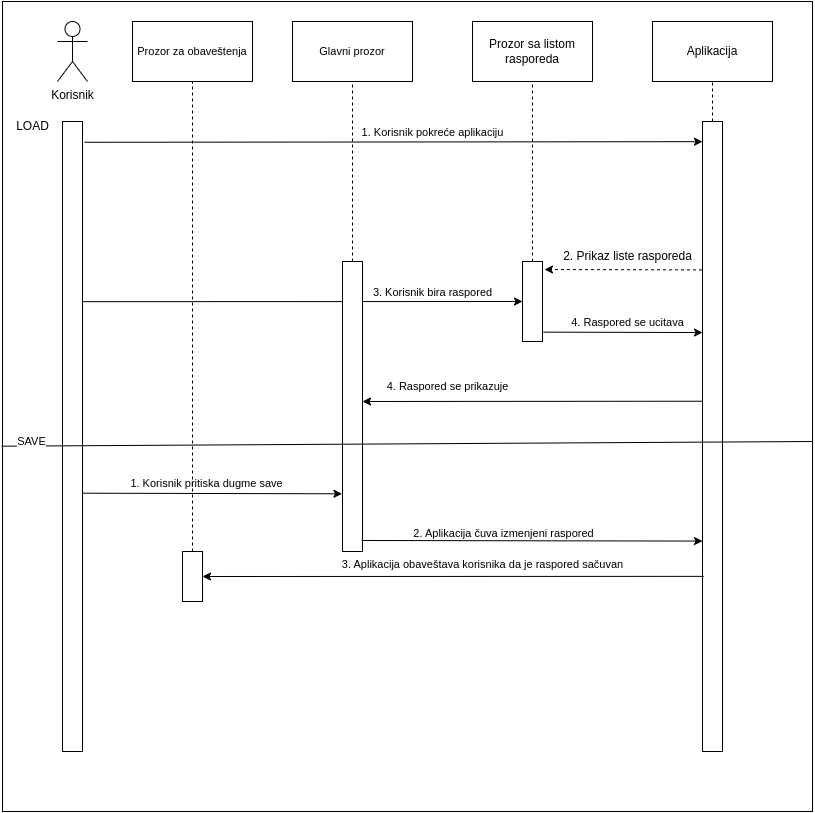
Before: documentation/specific documentation sections/saveLoadDiagram.png, a diagram exported from draw.io (jelisavetagavrilovic/kOrganizify). Source tidied: cells renumbered, new cells last; positions are measured from the earlier drawing's top-left corner, leaving out a move shared by most shapes.
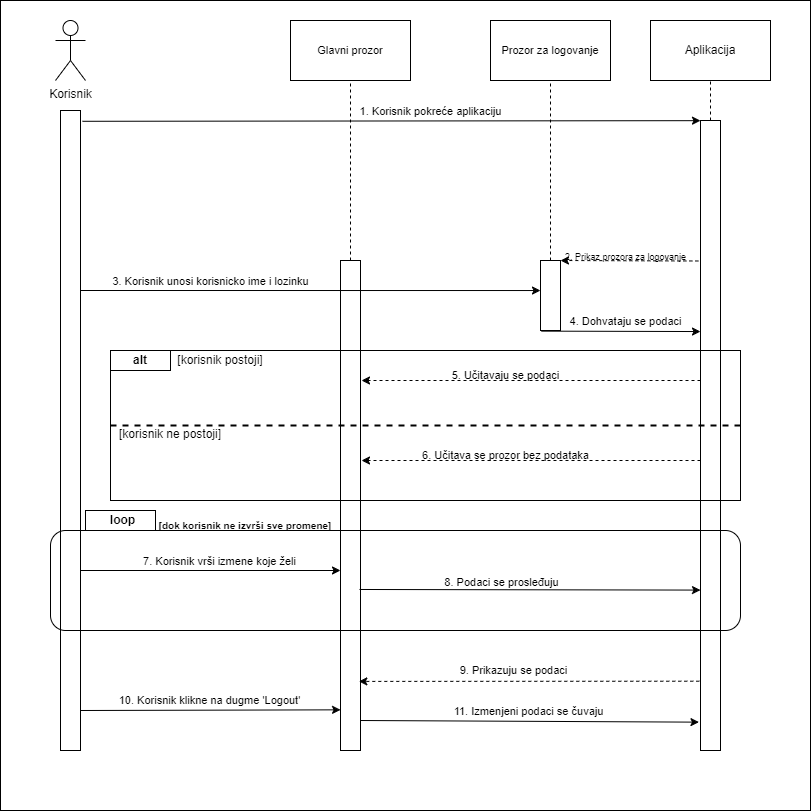
The same file after the commit.

What changed in the source:
```diff
@@ -9,13 +9,16 @@
       <mxGeometry x="55" y="20" width="30" height="60" as="geometry" />
     </mxCell>
     <mxCell id="4" style="rounded=0;whiteSpace=wrap;html=1;" parent="1" vertex="1">
-      <mxGeometry x="60" y="120" width="20" height="630" as="geometry" />
+      <mxGeometry x="60" y="110" width="20" height="640" as="geometry" />
     </mxCell>
     <mxCell id="5" style="rounded=0;whiteSpace=wrap;html=1;" parent="1" vertex="1">
       <mxGeometry x="700" y="120" width="20" height="630" as="geometry" />
     </mxCell>
-    <mxCell id="6" style="endArrow=classic;html=1;rounded=0;exitX=1.1;exitY=0.033;exitDx=0;exitDy=0;exitPerimeter=0;entryX=0;entryY=0.032;entryDx=0;entryDy=0;entryPerimeter=0;" parent="1" edge="1" source="4" target="5">
-      <mxGeometry relative="1" as="geometry" />
+    <mxCell id="6" style="endArrow=classic;html=1;rounded=0;exitX=1.1;exitY=0.033;exitDx=0;exitDy=0;exitPerimeter=0;entryX=0;entryY=0.032;entryDx=0;entryDy=0;entryPerimeter=0;" parent="1" edge="1">
+      <mxGeometry relative="1" as="geometry">
+        <mxPoint x="82" y="120.8" as="sourcePoint" />
+        <mxPoint x="700" y="120.2" as="targetPoint" />
+      </mxGeometry>
     </mxCell>
     <mxCell id="7" value="1. Korisnik pokreće aplikaciju" style="edgeLabel;html=1;align=center;verticalAlign=middle;" parent="6" vertex="1">
       <mxGeometry x="0.01" y="6" relative="1" as="geometry">
@@ -28,35 +31,18 @@
     <mxCell id="9" style="endArrow=none;html=1;rounded=0;entryX=0.5;entryY=1;entryDx=0;entryDy=0;dashed=1;" parent="1" edge="1" source="5" target="8">
       <mxGeometry relative="1" as="geometry" />
     </mxCell>
-    <mxCell id="10" value="Prozor sa listom&lt;br&gt;rasporeda" style="rounded=0;whiteSpace=wrap;html=1;" parent="1" vertex="1">
-      <mxGeometry x="470" y="20" width="120" height="60" as="geometry" />
-    </mxCell>
-    <mxCell id="11" style="rounded=0;whiteSpace=wrap;html=1;" parent="1" vertex="1">
-      <mxGeometry x="520" y="260" width="20" height="80" as="geometry" />
-    </mxCell>
-    <mxCell id="12" style="endArrow=classic;html=1;rounded=0;exitX=0.997;exitY=0.947;exitDx=0;exitDy=0;exitPerimeter=0;dashed=1;" parent="1" edge="1" source="13">
-      <mxGeometry relative="1" as="geometry">
-        <mxPoint x="542" y="268" as="targetPoint" />
-      </mxGeometry>
+    <mxCell id="12" style="endArrow=classic;html=1;rounded=0;exitX=-0.108;exitY=0.223;exitDx=0;exitDy=0;exitPerimeter=0;dashed=1;entryX=1;entryY=0;entryDx=0;entryDy=0;" parent="1" edge="1" source="5" target="37">
+      <mxGeometry relative="1" as="geometry" />
     </mxCell>
-    <mxCell id="13" value="2. Prikaz liste rasporeda" style="text;html=1;align=center;verticalAlign=middle;points=[];strokeColor=none;fillColor=none;" parent="1" vertex="1">
-      <mxGeometry x="550" y="240" width="150" height="30" as="geometry" />
+    <mxCell id="13" value="2. Prikaz prozora za logovanje" style="text;html=1;align=center;verticalAlign=middle;points=[];strokeColor=none;fillColor=none;fontSize=9;" parent="1" vertex="1">
+      <mxGeometry x="555" y="247" width="140" height="20" as="geometry" />
     </mxCell>
-    <mxCell id="14" style="endArrow=none;dashed=1;html=1;rounded=0;labelBackgroundColor=default;strokeColor=default;align=center;verticalAlign=middle;fontFamily=Helvetica;fontSize=11;fontColor=default;shape=connector;entryX=0.5;entryY=1;entryDx=0;entryDy=0;exitX=0.5;exitY=0;exitDx=0;exitDy=0;" parent="1" edge="1" source="11" target="10">
-      <mxGeometry relative="1" as="geometry" />
-    </mxCell>
-    <mxCell id="15" style="endArrow=classic;html=1;rounded=0;labelBackgroundColor=default;strokeColor=default;align=center;verticalAlign=middle;fontFamily=Helvetica;fontSize=11;fontColor=default;shape=connector;exitX=0.967;exitY=0.286;exitDx=0;exitDy=0;entryX=0;entryY=0.5;entryDx=0;entryDy=0;exitPerimeter=0;" parent="1" edge="1" source="4" target="11">
-      <mxGeometry relative="1" as="geometry" />
-    </mxCell>
-    <mxCell id="16" value="3. Korisnik bira raspored" style="edgeLabel;html=1;align=center;verticalAlign=middle;fontSize=11;fontFamily=Helvetica;fontColor=default;" parent="15" vertex="1">
-      <mxGeometry x="0.02" y="-7" relative="1" as="geometry">
-        <mxPoint x="125" y="-17" as="offset" />
-      </mxGeometry>
-    </mxCell>
-    <mxCell id="17" style="endArrow=classic;html=1;rounded=0;labelBackgroundColor=default;strokeColor=default;align=center;verticalAlign=middle;fontFamily=Helvetica;fontSize=11;fontColor=default;shape=connector;entryX=0;entryY=0.335;entryDx=0;entryDy=0;entryPerimeter=0;exitX=1.05;exitY=0.883;exitDx=0;exitDy=0;exitPerimeter=0;" parent="1" edge="1" source="11" target="5">
-      <mxGeometry relative="1" as="geometry" />
+    <mxCell id="17" style="endArrow=classic;html=1;rounded=0;labelBackgroundColor=default;strokeColor=default;align=center;verticalAlign=middle;fontFamily=Helvetica;fontSize=11;fontColor=default;shape=connector;entryX=0;entryY=0.335;entryDx=0;entryDy=0;entryPerimeter=0;exitX=1.05;exitY=0.883;exitDx=0;exitDy=0;exitPerimeter=0;" parent="1" edge="1" target="5">
+      <mxGeometry relative="1" as="geometry">
+        <mxPoint x="541" y="330.6" as="sourcePoint" />
+      </mxGeometry>
     </mxCell>
-    <mxCell id="18" value="4. Raspored se ucitava" style="edgeLabel;html=1;align=center;verticalAlign=middle;fontSize=11;fontFamily=Helvetica;fontColor=default;" parent="17" vertex="1">
+    <mxCell id="18" value="4. Dohvataju se podaci" style="edgeLabel;html=1;align=center;verticalAlign=middle;fontSize=11;fontFamily=Helvetica;fontColor=default;" parent="17" vertex="1">
       <mxGeometry x="0.05" y="-3" relative="1" as="geometry">
         <mxPoint x="1" y="-13" as="offset" />
       </mxGeometry>
@@ -65,57 +51,129 @@
       <mxGeometry x="290" y="20" width="120" height="60" as="geometry" />
     </mxCell>
     <mxCell id="20" style="rounded=0;whiteSpace=wrap;html=1;" parent="1" vertex="1">
-      <mxGeometry x="340" y="260" width="20" height="290" as="geometry" />
+      <mxGeometry x="340" y="260" width="20" height="490" as="geometry" />
     </mxCell>
     <mxCell id="21" style="endArrow=none;dashed=1;html=1;rounded=0;labelBackgroundColor=default;strokeColor=default;align=center;verticalAlign=middle;fontFamily=Helvetica;fontSize=11;fontColor=default;shape=connector;entryX=0.5;entryY=1;entryDx=0;entryDy=0;exitX=0.5;exitY=0;exitDx=0;exitDy=0;" parent="1" edge="1" source="20" target="19">
       <mxGeometry relative="1" as="geometry" />
     </mxCell>
-    <mxCell id="22" value="4. Raspored se prikazuje" style="text;html=1;align=center;verticalAlign=middle;strokeColor=none;fillColor=none;fontSize=11;fontFamily=Helvetica;fontColor=default;" parent="1" vertex="1">
-      <mxGeometry x="370" y="370" width="150" height="30" as="geometry" />
+    <mxCell id="22" value="5. Učitavaju se podaci" style="text;html=1;align=center;verticalAlign=middle;strokeColor=none;fillColor=none;fontSize=11;fontFamily=Helvetica;fontColor=default;" parent="1" vertex="1">
+      <mxGeometry x="440" y="360" width="130" height="30" as="geometry" />
     </mxCell>
-    <mxCell id="23" style="endArrow=classic;html=1;rounded=0;labelBackgroundColor=default;strokeColor=default;align=center;verticalAlign=middle;fontFamily=Helvetica;fontSize=11;fontColor=default;shape=connector;exitX=0.998;exitY=0.59;exitDx=0;exitDy=0;exitPerimeter=0;entryX=-0.025;entryY=0.801;entryDx=0;entryDy=0;entryPerimeter=0;" parent="1" edge="1" source="4" target="20">
-      <mxGeometry relative="1" as="geometry" />
-    </mxCell>
-    <mxCell id="24" value="1. Korisnik pritiska dugme save" style="edgeLabel;html=1;align=center;verticalAlign=middle;fontSize=11;fontFamily=Helvetica;fontColor=default;" parent="23" vertex="1">
-      <mxGeometry x="-0.05" y="-2" relative="1" as="geometry">
-        <mxPoint y="-12" as="offset" />
-      </mxGeometry>
-    </mxCell>
-    <mxCell id="25" style="endArrow=classic;html=1;rounded=0;labelBackgroundColor=default;strokeColor=default;align=center;verticalAlign=middle;fontFamily=Helvetica;fontSize=11;fontColor=default;shape=connector;exitX=0.95;exitY=0.962;exitDx=0;exitDy=0;exitPerimeter=0;entryX=0;entryY=0.666;entryDx=0;entryDy=0;entryPerimeter=0;" parent="1" edge="1" source="20" target="5">
-      <mxGeometry relative="1" as="geometry" />
+    <mxCell id="25" style="endArrow=classic;html=1;rounded=0;labelBackgroundColor=default;strokeColor=default;align=center;verticalAlign=middle;fontFamily=Helvetica;fontSize=11;fontColor=default;shape=connector;exitX=0.95;exitY=0.962;exitDx=0;exitDy=0;exitPerimeter=0;entryX=0;entryY=0.666;entryDx=0;entryDy=0;entryPerimeter=0;" parent="1" edge="1">
+      <mxGeometry relative="1" as="geometry">
+        <mxPoint x="359" y="589" as="sourcePoint" />
+        <mxPoint x="700" y="589.6" as="targetPoint" />
+      </mxGeometry>
     </mxCell>
-    <mxCell id="26" value="2. Aplikacija čuva izmenjeni raspored" style="edgeLabel;html=1;align=center;verticalAlign=middle;fontSize=11;fontFamily=Helvetica;fontColor=default;" parent="25" vertex="1">
+    <mxCell id="26" value="8. Podaci se prosleđuju" style="edgeLabel;html=1;align=center;verticalAlign=middle;fontSize=11;fontFamily=Helvetica;fontColor=default;" parent="25" vertex="1">
       <mxGeometry x="-0.17" y="1" relative="1" as="geometry">
         <mxPoint y="-7" as="offset" />
       </mxGeometry>
     </mxCell>
-    <mxCell id="27" style="endArrow=classic;html=1;rounded=0;labelBackgroundColor=default;strokeColor=default;align=center;verticalAlign=middle;fontFamily=Helvetica;fontSize=11;fontColor=default;shape=connector;exitX=-0.007;exitY=0.444;exitDx=0;exitDy=0;exitPerimeter=0;" parent="1" edge="1" source="5">
+    <mxCell id="27" style="endArrow=classic;html=1;rounded=0;labelBackgroundColor=default;strokeColor=default;align=center;verticalAlign=middle;fontFamily=Helvetica;fontSize=11;fontColor=default;shape=connector;dashed=1;" parent="1" edge="1">
       <mxGeometry relative="1" as="geometry">
-        <mxPoint x="360" y="400" as="targetPoint" />
+        <mxPoint x="700" y="380" as="sourcePoint" />
+        <mxPoint x="361" y="380" as="targetPoint" />
       </mxGeometry>
     </mxCell>
-    <mxCell id="28" style="rounded=0;whiteSpace=wrap;html=1;" parent="1" vertex="1">
-      <mxGeometry x="180" y="550" width="20" height="50" as="geometry" />
-    </mxCell>
-    <mxCell id="29" style="endArrow=classic;html=1;rounded=0;labelBackgroundColor=default;strokeColor=default;align=center;verticalAlign=middle;fontFamily=Helvetica;fontSize=11;fontColor=default;shape=connector;exitX=0.06;exitY=0.722;exitDx=0;exitDy=0;exitPerimeter=0;entryX=1;entryY=0.5;entryDx=0;entryDy=0;" parent="1" edge="1" source="5" target="28">
-      <mxGeometry relative="1" as="geometry" />
-    </mxCell>
-    <mxCell id="30" value="3. Aplikacija obaveštava korisnika da je raspored sačuvan&lt;br&gt;" style="text;html=1;align=center;verticalAlign=middle;strokeColor=none;fillColor=none;fontSize=11;fontFamily=Helvetica;fontColor=default;" parent="1" vertex="1">
-      <mxGeometry x="330" y="548" width="300" height="30" as="geometry" />
-    </mxCell>
-    <mxCell id="31" value="Prozor za obaveštenja" style="rounded=0;whiteSpace=wrap;html=1;fontFamily=Helvetica;fontSize=11;fontColor=default;" parent="1" vertex="1">
-      <mxGeometry x="130" y="20" width="120" height="60" as="geometry" />
-    </mxCell>
-    <mxCell id="32" style="endArrow=none;dashed=1;html=1;rounded=0;labelBackgroundColor=default;strokeColor=default;align=center;verticalAlign=middle;fontFamily=Helvetica;fontSize=11;fontColor=default;shape=connector;entryX=0.5;entryY=1;entryDx=0;entryDy=0;exitX=0.5;exitY=0;exitDx=0;exitDy=0;" parent="1" edge="1" source="28" target="31">
-      <mxGeometry relative="1" as="geometry" />
-    </mxCell>
-    <mxCell id="33" value="SAVE" style="endArrow=none;html=1;rounded=0;exitX=-0.001;exitY=0.549;exitDx=0;exitDy=0;exitPerimeter=0;" parent="1" edge="1" source="2">
-      <mxGeometry x="-0.93" y="5" relative="1" as="geometry">
-        <mxPoint x="810" y="440" as="targetPoint" />
-      </mxGeometry>
-    </mxCell>
-    <mxCell id="34" value="LOAD" style="text;html=1;align=center;verticalAlign=middle;strokeColor=none;fillColor=none;" parent="1" vertex="1">
-      <mxGeometry y="110" width="60" height="30" as="geometry" />
-    </mxCell>
+    <mxCell id="35" value="Prozor za logovanje" style="rounded=0;whiteSpace=wrap;html=1;fontFamily=Helvetica;fontSize=11;fontColor=default;" parent="1" vertex="1">
+      <mxGeometry x="490" y="20" width="120" height="60" as="geometry" />
+    </mxCell>
+    <mxCell id="36" style="endArrow=none;dashed=1;html=1;rounded=0;labelBackgroundColor=default;strokeColor=default;align=center;verticalAlign=middle;fontFamily=Helvetica;fontSize=11;fontColor=default;shape=connector;entryX=0.5;entryY=1;entryDx=0;entryDy=0;exitX=0.5;exitY=0;exitDx=0;exitDy=0;" parent="1" edge="1" source="37">
+      <mxGeometry relative="1" as="geometry">
+        <mxPoint x="550" y="80" as="targetPoint" />
+      </mxGeometry>
+    </mxCell>
+    <mxCell id="37" style="rounded=0;whiteSpace=wrap;html=1;" parent="1" vertex="1">
+      <mxGeometry x="540" y="260" width="20" height="70" as="geometry" />
+    </mxCell>
+    <mxCell id="15" style="endArrow=classic;html=1;rounded=0;labelBackgroundColor=default;strokeColor=default;align=center;verticalAlign=middle;fontFamily=Helvetica;fontSize=11;fontColor=default;shape=connector;entryX=0;entryY=0.429;entryDx=0;entryDy=0;entryPerimeter=0;" parent="1" edge="1" target="37">
+      <mxGeometry relative="1" as="geometry">
+        <mxPoint x="80" y="290" as="sourcePoint" />
+      </mxGeometry>
+    </mxCell>
+    <mxCell id="16" value="3. Korisnik unosi korisnicko ime i lozinku" style="edgeLabel;html=1;align=center;verticalAlign=middle;fontSize=11;fontFamily=Helvetica;fontColor=default;" parent="15" vertex="1">
+      <mxGeometry x="0.02" y="-7" relative="1" as="geometry">
+        <mxPoint x="-105" y="-17" as="offset" />
+      </mxGeometry>
+    </mxCell>
+    <mxCell id="38" style="rounded=0;whiteSpace=wrap;html=1;" parent="1" vertex="1">
+      <mxGeometry x="110" y="350" width="60" height="20" as="geometry" />
+    </mxCell>
+    <mxCell id="39" value="alt" style="text;html=1;strokeColor=none;fillColor=none;align=center;verticalAlign=middle;whiteSpace=wrap;rounded=0;fontStyle=1;" parent="1" vertex="1">
+      <mxGeometry x="110" y="345" width="60" height="30" as="geometry" />
+    </mxCell>
+    <mxCell id="40" style="endArrow=none;dashed=1;html=1;strokeWidth=2;rounded=0;exitX=0;exitY=0.5;exitDx=0;exitDy=0;entryX=1;entryY=0.5;entryDx=0;entryDy=0;" parent="1" edge="1" source="47" target="47">
+      <mxGeometry relative="1" as="geometry" />
+    </mxCell>
+    <mxCell id="41" value="[korisnik postoji]" style="text;html=1;strokeColor=none;fillColor=none;align=center;verticalAlign=middle;whiteSpace=wrap;rounded=0;" parent="1" vertex="1">
+      <mxGeometry x="140" y="345" width="160" height="30" as="geometry" />
+    </mxCell>
+    <mxCell id="42" value="[korisnik ne postoji]" style="text;html=1;strokeColor=none;fillColor=none;align=center;verticalAlign=middle;whiteSpace=wrap;rounded=0;" parent="1" vertex="1">
+      <mxGeometry x="90" y="419" width="160" height="30" as="geometry" />
+    </mxCell>
+    <mxCell id="43" style="endArrow=classic;html=1;rounded=0;labelBackgroundColor=default;strokeColor=default;align=center;verticalAlign=middle;fontFamily=Helvetica;fontSize=11;fontColor=default;shape=connector;" parent="1" edge="1">
+      <mxGeometry relative="1" as="geometry">
+        <mxPoint x="80" y="570" as="sourcePoint" />
+        <mxPoint x="340" y="570" as="targetPoint" />
+      </mxGeometry>
+    </mxCell>
+    <mxCell id="44" value="7. Korisnik vrši izmene koje želi" style="edgeLabel;html=1;align=center;verticalAlign=middle;fontSize=11;fontFamily=Helvetica;fontColor=default;" parent="43" vertex="1">
+      <mxGeometry x="0.02" y="-7" relative="1" as="geometry">
+        <mxPoint x="5" y="-17" as="offset" />
+      </mxGeometry>
+    </mxCell>
+    <mxCell id="45" style="endArrow=classic;html=1;rounded=0;labelBackgroundColor=default;strokeColor=default;align=center;verticalAlign=middle;fontFamily=Helvetica;fontSize=11;fontColor=default;shape=connector;dashed=1;" parent="1" edge="1">
+      <mxGeometry relative="1" as="geometry">
+        <mxPoint x="700" y="460" as="sourcePoint" />
+        <mxPoint x="361" y="460" as="targetPoint" />
+      </mxGeometry>
+    </mxCell>
+    <mxCell id="46" value="6. Učitava se prozor bez podataka" style="text;html=1;align=center;verticalAlign=middle;strokeColor=none;fillColor=none;fontSize=11;fontFamily=Helvetica;fontColor=default;" parent="1" vertex="1">
+      <mxGeometry x="410" y="440" width="190" height="30" as="geometry" />
+    </mxCell>
+    <mxCell id="47" style="rounded=0;whiteSpace=wrap;html=1;fillColor=none;" parent="1" vertex="1">
+      <mxGeometry x="110" y="350" width="630" height="150" as="geometry" />
+    </mxCell>
+    <mxCell id="48" style="rounded=0;whiteSpace=wrap;html=1;" parent="1" vertex="1">
+      <mxGeometry x="85" y="510" width="70" height="20" as="geometry" />
+    </mxCell>
+    <mxCell id="49" value="&lt;b&gt;loop&lt;/b&gt;" style="text;html=1;strokeColor=none;fillColor=none;align=center;verticalAlign=middle;whiteSpace=wrap;rounded=0;" parent="1" vertex="1">
+      <mxGeometry x="85" y="500" width="75" height="40" as="geometry" />
+    </mxCell>
+    <mxCell id="50" value="[dok korisnik ne izvrši sve promene]" style="text;html=1;strokeColor=none;fillColor=none;align=center;verticalAlign=middle;whiteSpace=wrap;rounded=0;fontStyle=1;fontSize=10;" parent="1" vertex="1">
+      <mxGeometry x="150" y="510" width="190" height="30" as="geometry" />
+    </mxCell>
+    <mxCell id="51" style="rounded=1;whiteSpace=wrap;html=1;fillColor=none;" parent="1" vertex="1">
+      <mxGeometry x="50" y="530" width="690" height="100" as="geometry" />
+    </mxCell>
+    <mxCell id="52" style="endArrow=classic;html=1;rounded=0;exitX=-0.06;exitY=0.89;exitDx=0;exitDy=0;exitPerimeter=0;entryX=0.916;entryY=0.859;entryDx=0;entryDy=0;entryPerimeter=0;dashed=1;" parent="1" edge="1" source="5" target="20">
+      <mxGeometry relative="1" as="geometry" />
+    </mxCell>
+    <mxCell id="53" value="9. Prikazuju se podaci" style="edgeLabel;html=1;align=center;verticalAlign=middle;" parent="52" vertex="1">
+      <mxGeometry x="0.15" y="-1" relative="1" as="geometry">
+        <mxPoint x="10" y="-10" as="offset" />
+      </mxGeometry>
+    </mxCell>
+    <mxCell id="54" style="endArrow=classic;html=1;rounded=0;labelBackgroundColor=default;strokeColor=default;align=center;verticalAlign=middle;fontFamily=Helvetica;fontSize=11;fontColor=default;shape=connector;entryX=0.003;entryY=0.917;entryDx=0;entryDy=0;entryPerimeter=0;" parent="1" edge="1" target="20">
+      <mxGeometry relative="1" as="geometry">
+        <mxPoint x="80" y="710" as="sourcePoint" />
+      </mxGeometry>
+    </mxCell>
+    <mxCell id="55" value="10. Korisnik klikne na dugme 'Logout'" style="edgeLabel;html=1;align=center;verticalAlign=middle;fontSize=11;fontFamily=Helvetica;fontColor=default;" parent="54" vertex="1">
+      <mxGeometry x="0.02" y="-7" relative="1" as="geometry">
+        <mxPoint x="-5" y="-17" as="offset" />
+      </mxGeometry>
+    </mxCell>
+    <mxCell id="56" style="endArrow=classic;html=1;rounded=0;labelBackgroundColor=default;strokeColor=default;align=center;verticalAlign=middle;fontFamily=Helvetica;fontSize=11;fontColor=default;shape=connector;entryX=-0.077;entryY=0.955;entryDx=0;entryDy=0;entryPerimeter=0;" parent="1" edge="1" target="5">
+      <mxGeometry relative="1" as="geometry">
+        <mxPoint x="360" y="720" as="sourcePoint" />
+      </mxGeometry>
+    </mxCell>
+    <mxCell id="57" value="11. Izmenjeni podaci se čuvaju" style="edgeLabel;html=1;align=center;verticalAlign=middle;fontSize=11;fontFamily=Helvetica;fontColor=default;" parent="56" vertex="1">
+      <mxGeometry x="0.02" y="-7" relative="1" as="geometry">
+        <mxPoint x="-5" y="-17" as="offset" />
+      </mxGeometry>
+    </mxCell>
   </root>
 </mxGraphModel>
```
